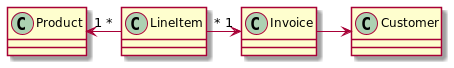
Before: asciidocs/images/cld.png, a diagram exported from PlantUML (2122-5ahitm-sew/01-microproject-schollsebastian). Source of this version:
```plantuml
@startuml

class Customer

class Invoice

class Product

class LineItem

Customer <-l-- Invoice

Invoice "1" <-l-- "*" LineItem

LineItem "*" -l--> "1" Product

@enduml
```
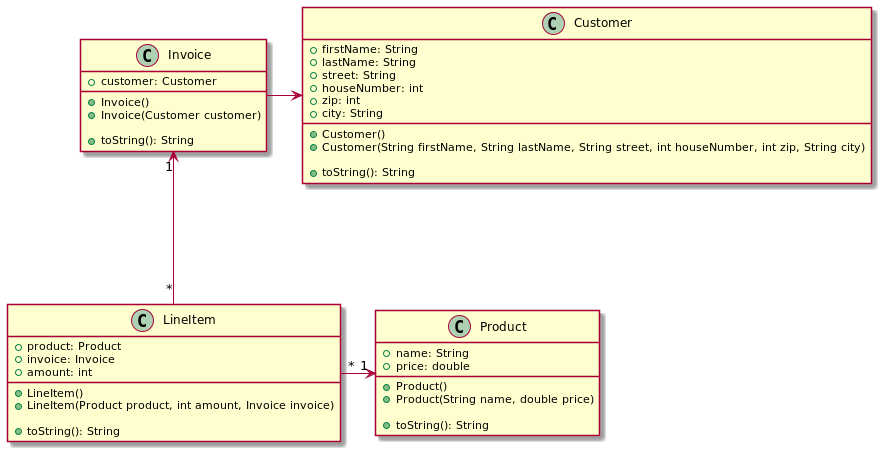
After the commit.

Commit message:
Add properties to class diagram

What changed in the source:
```diff
@@ -1,17 +1,53 @@
 @startuml
 
-class Customer
+class Customer {
+  + firstName: String
+  + lastName: String
+  + street: String
+  + houseNumber: int
+  + zip: int
+  + city: String
 
-class Invoice
+  + Customer()
+  + Customer(String firstName, String lastName, String street, int houseNumber, int zip, String city)
 
-class Product
+  + toString(): String
+}
 
-class LineItem
+class Invoice {
+  + customer: Customer
+
+  + Invoice()
+  + Invoice(Customer customer)
+
+  + toString(): String
+}
+
+class Product {
+  + name: String
+  + price: double
+
+  + Product()
+  + Product(String name, double price)
+
+  + toString(): String
+}
+
+class LineItem {
+  + product: Product
+  + invoice: Invoice
+  + amount: int
+
+  + LineItem()
+  + LineItem(Product product, int amount, Invoice invoice)
+
+  + toString(): String
+}
 
 Customer <-l-- Invoice
 
-Invoice "1" <-l-- "*" LineItem
+Invoice "1" <--- "*" LineItem
 
-LineItem "*" -l--> "1" Product
+LineItem "*" -r--> "1" Product
 
 @enduml
```
